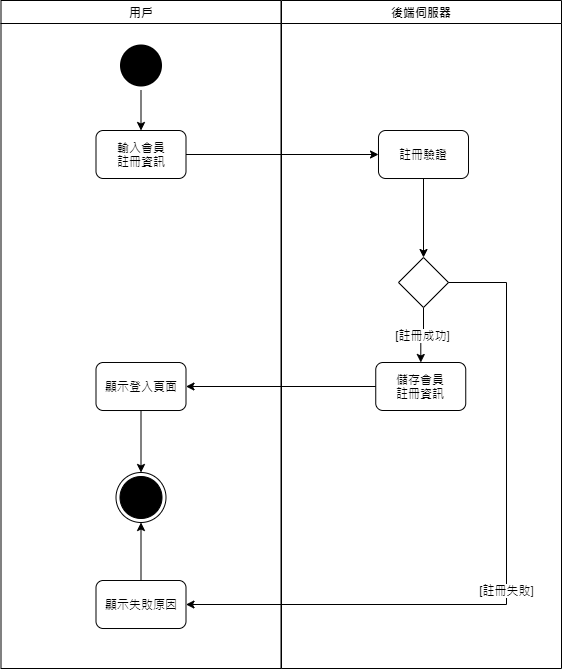
Earlier version of the draw.io export src/main/uml/register.png (10746010/Plearnet-back-end). Source tidied: cells renumbered, new cells last; positions are measured from the earlier drawing's top-left corner, leaving out a move shared by most shapes. Its diagram source:
```xml
<mxGraphModel background="#ffffff">
  <root>
    <mxCell id="0" />
    <mxCell id="1" parent="0" />
    <mxCell id="2" value="用戶" style="swimlane;whiteSpace=wrap;" parent="1" vertex="1">
      <mxGeometry x="0.5" width="280" height="668" as="geometry" />
    </mxCell>
    <mxCell id="3" style="edgeStyle=orthogonalEdgeStyle;rounded=0;jettySize=auto;html=1;" parent="2" edge="1" source="4" target="5">
      <mxGeometry relative="1" as="geometry" />
    </mxCell>
    <mxCell id="4" style="ellipse;shape=startState;fillColor=#000000;strokeColor=none;" parent="2" vertex="1">
      <mxGeometry x="115" y="40" width="50" height="50" as="geometry" />
    </mxCell>
    <mxCell id="5" value="輸入會員&lt;br&gt;註冊資訊" style="rounded=1;whiteSpace=wrap;html=1;" parent="2" vertex="1">
      <mxGeometry x="95" y="130" width="90" height="48" as="geometry" />
    </mxCell>
    <mxCell id="6" style="edgeStyle=orthogonalEdgeStyle;rounded=0;jettySize=auto;html=1;" parent="2" edge="1" source="7" target="8">
      <mxGeometry relative="1" as="geometry" />
    </mxCell>
    <mxCell id="7" value="顯示登入頁面" style="rounded=1;whiteSpace=wrap;html=1;" parent="2" vertex="1">
      <mxGeometry x="95" y="362" width="90" height="48" as="geometry" />
    </mxCell>
    <mxCell id="8" style="ellipse;html=1;shape=endState;fillColor=#000000;" parent="2" vertex="1">
      <mxGeometry x="115" y="472" width="50" height="50" as="geometry" />
    </mxCell>
    <mxCell id="9" value="顯示失敗原因" style="rounded=1;whiteSpace=wrap;html=1;" parent="2" vertex="1">
      <mxGeometry x="95" y="580" width="90" height="48" as="geometry" />
    </mxCell>
    <mxCell id="10" style="edgeStyle=orthogonalEdgeStyle;rounded=0;jettySize=auto;html=1;" parent="2" edge="1" source="9" target="8">
      <mxGeometry relative="1" as="geometry" />
    </mxCell>
    <mxCell id="11" value="後端伺服器" style="swimlane;whiteSpace=wrap;" parent="1" vertex="1">
      <mxGeometry x="281" width="280" height="668" as="geometry" />
    </mxCell>
    <mxCell id="12" value="儲存會員&lt;br&gt;註冊資訊" style="rounded=1;whiteSpace=wrap;html=1;" parent="11" vertex="1">
      <mxGeometry x="94.2" y="362" width="90" height="48" as="geometry" />
    </mxCell>
    <mxCell id="13" value="[註冊成功]" style="edgeStyle=orthogonalEdgeStyle;rounded=0;jettySize=auto;html=1;" parent="11" edge="1" source="14" target="12">
      <mxGeometry relative="1" as="geometry" />
    </mxCell>
    <mxCell id="14" style="rhombus;whiteSpace=wrap;html=1;" parent="11" vertex="1">
      <mxGeometry x="117" y="257" width="50" height="50" as="geometry" />
    </mxCell>
    <mxCell id="15" value="註冊驗證" style="rounded=1;whiteSpace=wrap;html=1;" parent="11" vertex="1">
      <mxGeometry x="97" y="130" width="90" height="48" as="geometry" />
    </mxCell>
    <mxCell id="16" style="edgeStyle=orthogonalEdgeStyle;rounded=0;jettySize=auto;html=1;" parent="11" edge="1" source="15" target="14">
      <mxGeometry relative="1" as="geometry" />
    </mxCell>
    <mxCell id="17" style="edgeStyle=orthogonalEdgeStyle;rounded=0;jettySize=auto;html=1;" parent="1" edge="1" source="5" target="15">
      <mxGeometry relative="1" as="geometry" />
    </mxCell>
    <mxCell id="18" style="edgeStyle=orthogonalEdgeStyle;rounded=0;jettySize=auto;html=1;" parent="1" edge="1" source="12" target="7">
      <mxGeometry relative="1" as="geometry" />
    </mxCell>
    <mxCell id="19" value="[註冊失敗]" style="edgeStyle=orthogonalEdgeStyle;rounded=0;jettySize=auto;html=1;" parent="1" edge="1" source="14" target="9">
      <mxGeometry x="0.04" relative="1" as="geometry">
        <Array as="points">
          <mxPoint x="506" y="282" />
          <mxPoint x="506" y="604" />
        </Array>
      </mxGeometry>
    </mxCell>
  </root>
</mxGraphModel>
```
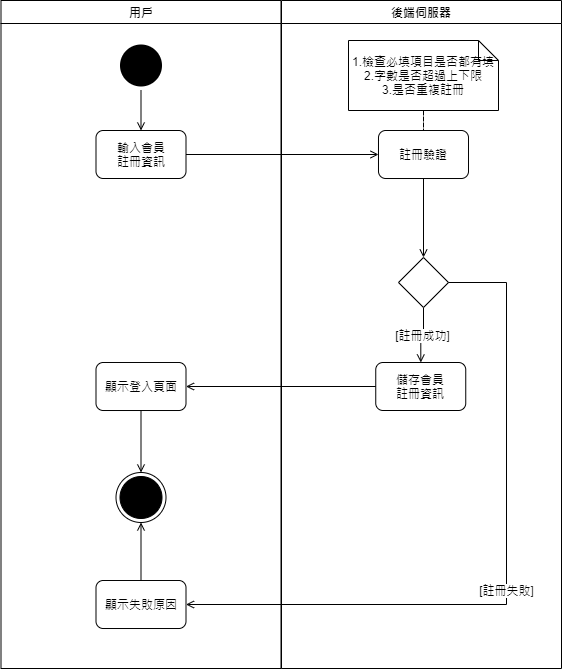
The same file after the commit.

Commit message:
update register Activity diagram

What changed in the source:
```diff
@@ -5,7 +5,7 @@
     <mxCell id="2" value="用戶" style="swimlane;whiteSpace=wrap;" parent="1" vertex="1">
       <mxGeometry x="0.5" width="280" height="668" as="geometry" />
     </mxCell>
-    <mxCell id="3" style="edgeStyle=orthogonalEdgeStyle;rounded=0;jettySize=auto;html=1;" parent="2" edge="1" source="4" target="5">
+    <mxCell id="3" style="edgeStyle=orthogonalEdgeStyle;rounded=0;jettySize=auto;html=1;endArrow=open;endFill=0;" parent="2" edge="1" source="4" target="5">
       <mxGeometry relative="1" as="geometry" />
     </mxCell>
     <mxCell id="4" style="ellipse;shape=startState;fillColor=#000000;strokeColor=none;" parent="2" vertex="1">
@@ -14,7 +14,7 @@
     <mxCell id="5" value="輸入會員&lt;br&gt;註冊資訊" style="rounded=1;whiteSpace=wrap;html=1;" parent="2" vertex="1">
       <mxGeometry x="95" y="130" width="90" height="48" as="geometry" />
     </mxCell>
-    <mxCell id="6" style="edgeStyle=orthogonalEdgeStyle;rounded=0;jettySize=auto;html=1;" parent="2" edge="1" source="7" target="8">
+    <mxCell id="6" style="edgeStyle=orthogonalEdgeStyle;rounded=0;jettySize=auto;html=1;endArrow=open;endFill=0;" parent="2" edge="1" source="7" target="8">
       <mxGeometry relative="1" as="geometry" />
     </mxCell>
     <mxCell id="7" value="顯示登入頁面" style="rounded=1;whiteSpace=wrap;html=1;" parent="2" vertex="1">
@@ -26,7 +26,7 @@
     <mxCell id="9" value="顯示失敗原因" style="rounded=1;whiteSpace=wrap;html=1;" parent="2" vertex="1">
       <mxGeometry x="95" y="580" width="90" height="48" as="geometry" />
     </mxCell>
-    <mxCell id="10" style="edgeStyle=orthogonalEdgeStyle;rounded=0;jettySize=auto;html=1;" parent="2" edge="1" source="9" target="8">
+    <mxCell id="10" style="edgeStyle=orthogonalEdgeStyle;rounded=0;jettySize=auto;html=1;endArrow=open;endFill=0;" parent="2" edge="1" source="9" target="8">
       <mxGeometry relative="1" as="geometry" />
     </mxCell>
     <mxCell id="11" value="後端伺服器" style="swimlane;whiteSpace=wrap;" parent="1" vertex="1">
@@ -35,7 +35,7 @@
     <mxCell id="12" value="儲存會員&lt;br&gt;註冊資訊" style="rounded=1;whiteSpace=wrap;html=1;" parent="11" vertex="1">
       <mxGeometry x="94.2" y="362" width="90" height="48" as="geometry" />
     </mxCell>
-    <mxCell id="13" value="[註冊成功]" style="edgeStyle=orthogonalEdgeStyle;rounded=0;jettySize=auto;html=1;" parent="11" edge="1" source="14" target="12">
+    <mxCell id="13" value="[註冊成功]" style="edgeStyle=orthogonalEdgeStyle;rounded=0;jettySize=auto;html=1;endArrow=open;endFill=0;" parent="11" edge="1" source="14" target="12">
       <mxGeometry relative="1" as="geometry" />
     </mxCell>
     <mxCell id="14" style="rhombus;whiteSpace=wrap;html=1;" parent="11" vertex="1">
@@ -44,16 +44,22 @@
     <mxCell id="15" value="註冊驗證" style="rounded=1;whiteSpace=wrap;html=1;" parent="11" vertex="1">
       <mxGeometry x="97" y="130" width="90" height="48" as="geometry" />
     </mxCell>
-    <mxCell id="16" style="edgeStyle=orthogonalEdgeStyle;rounded=0;jettySize=auto;html=1;" parent="11" edge="1" source="15" target="14">
+    <mxCell id="16" style="edgeStyle=orthogonalEdgeStyle;rounded=0;jettySize=auto;html=1;endArrow=open;endFill=0;" parent="11" edge="1" source="15" target="14">
       <mxGeometry relative="1" as="geometry" />
     </mxCell>
+    <mxCell id="20" style="edgeStyle=orthogonalEdgeStyle;rounded=0;jettySize=auto;html=1;endArrow=none;endFill=0;dashed=1;" parent="11" edge="1" source="21" target="15">
+      <mxGeometry relative="1" as="geometry" />
+    </mxCell>
+    <mxCell id="21" value="1.檢查必填項目是否都有填&lt;br&gt;2.字數是否超過上下限&lt;br&gt;3.是否重複註冊" style="shape=note;size=20;whiteSpace=wrap;html=1;" parent="11" vertex="1">
+      <mxGeometry x="67" y="40" width="150" height="70" as="geometry" />
+    </mxCell>
-    <mxCell id="17" style="edgeStyle=orthogonalEdgeStyle;rounded=0;jettySize=auto;html=1;" parent="1" edge="1" source="5" target="15">
+    <mxCell id="17" style="edgeStyle=orthogonalEdgeStyle;rounded=0;jettySize=auto;html=1;endArrow=open;endFill=0;" parent="1" edge="1" source="5" target="15">
       <mxGeometry relative="1" as="geometry" />
     </mxCell>
-    <mxCell id="18" style="edgeStyle=orthogonalEdgeStyle;rounded=0;jettySize=auto;html=1;" parent="1" edge="1" source="12" target="7">
+    <mxCell id="18" style="edgeStyle=orthogonalEdgeStyle;rounded=0;jettySize=auto;html=1;endArrow=open;endFill=0;" parent="1" edge="1" source="12" target="7">
       <mxGeometry relative="1" as="geometry" />
     </mxCell>
-    <mxCell id="19" value="[註冊失敗]" style="edgeStyle=orthogonalEdgeStyle;rounded=0;jettySize=auto;html=1;" parent="1" edge="1" source="14" target="9">
+    <mxCell id="19" value="[註冊失敗]" style="edgeStyle=orthogonalEdgeStyle;rounded=0;jettySize=auto;html=1;endArrow=open;endFill=0;" parent="1" edge="1" source="14" target="9">
       <mxGeometry x="0.04" relative="1" as="geometry">
         <Array as="points">
           <mxPoint x="506" y="282" />
```
